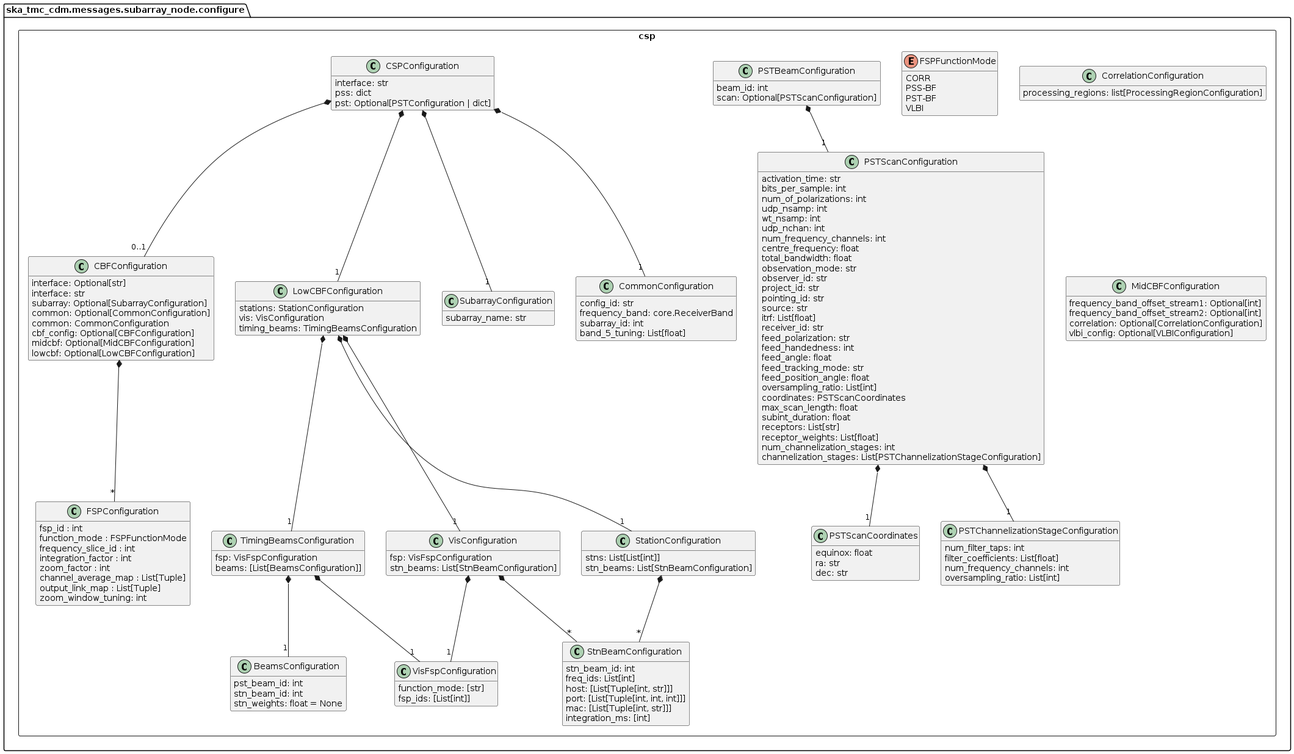
ska-telescope/cdm-shared-library keeps this PlantUML diagram as docs/src/developer/subarraynode/csp.png. Above is the earlier version.
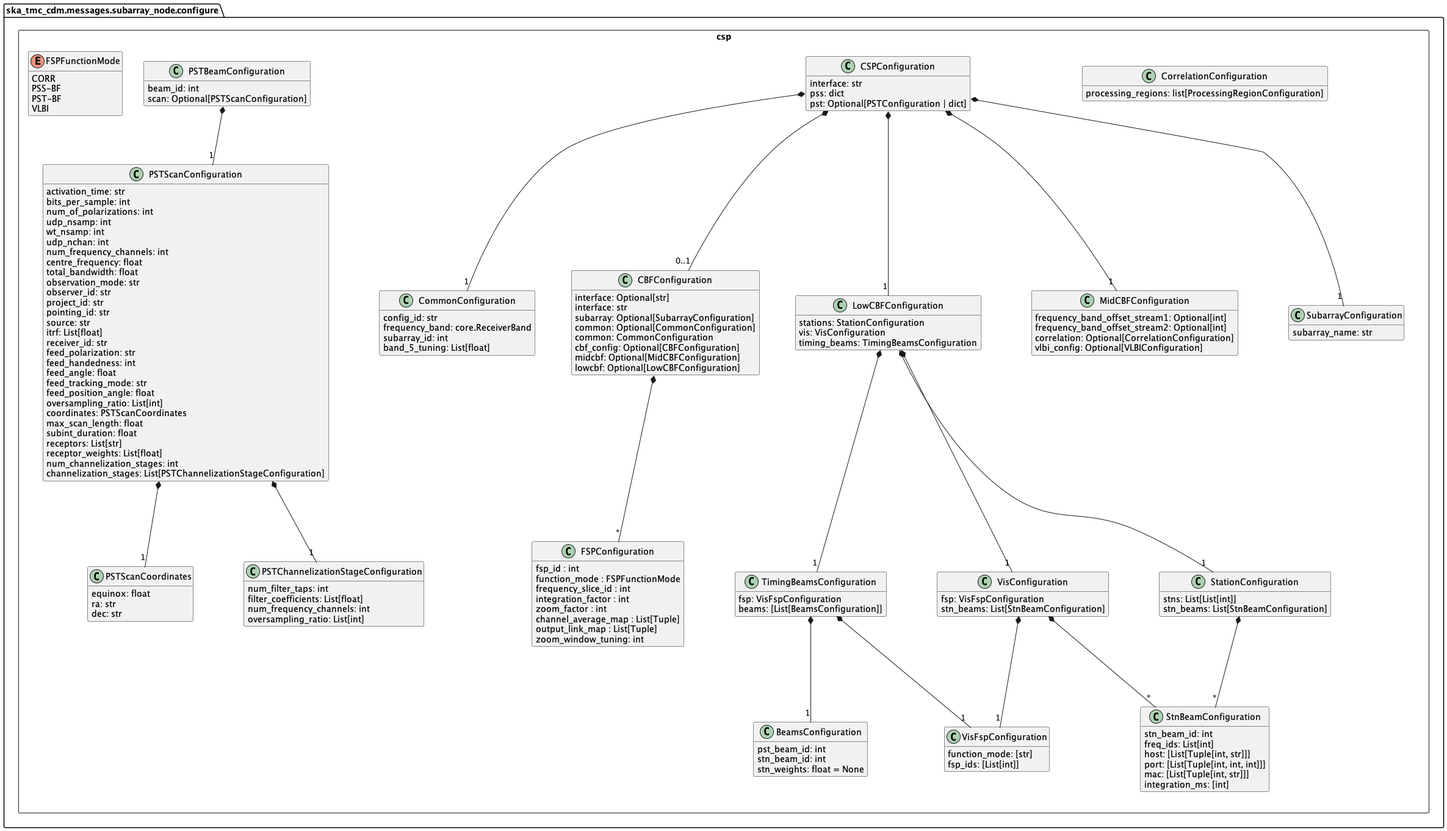
Later version of the same file.

Commit message:
BTN-2484 small tweak to PUML and PNG file

Change to the diagram source:
```diff
@@ -18,6 +18,7 @@
 			subarray_id: int
 			band_5_tuning: List[float]
 		}
+
 		class CBFConfiguration {
 			interface: Optional[str]
 			interface: str
@@ -165,6 +166,7 @@
 		CSPConfiguration *-- "1" SubarrayConfiguration
 		CSPConfiguration *-- "0..1" CBFConfiguration
 		CSPConfiguration *-- "1" LowCBFConfiguration
+		CSPConfiguration *-- "1" MidCBFConfiguration
 		CSPConfiguration *-- "1" PSTConfiguration
 		PSTConfiguration *-- "1" PSTBeamConfiguration
 		PSTBeamConfiguration *-- "1" PSTScanConfiguration
```
